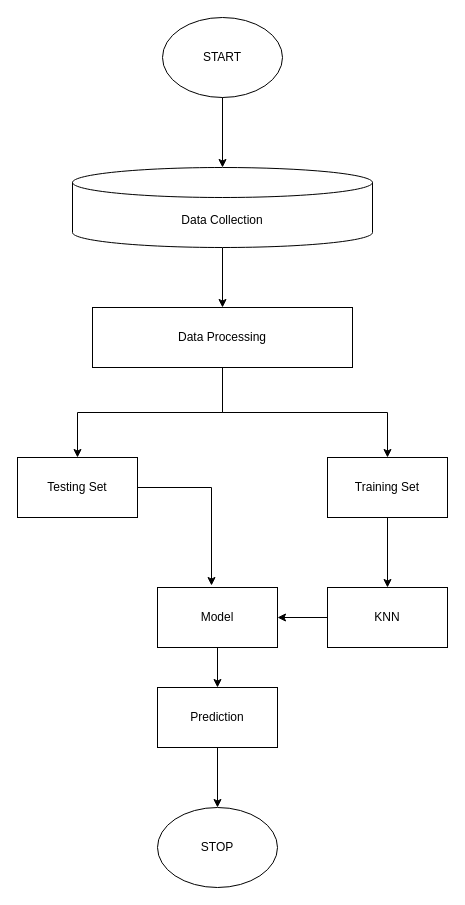
The draw.io diagram Flow Digram/Flow_Dig.drawio in B2-87067-varun-Assignments/Book-Recommendation-System, before the edit. Source tidied: cells renumbered, new cells numbered last; positions are measured from the earlier drawing's top-left corner, leaving out a move shared by most shapes. Both pictures are drawn from the tidied source at 100%, with x=0, y=0 at pixel (17, 17).
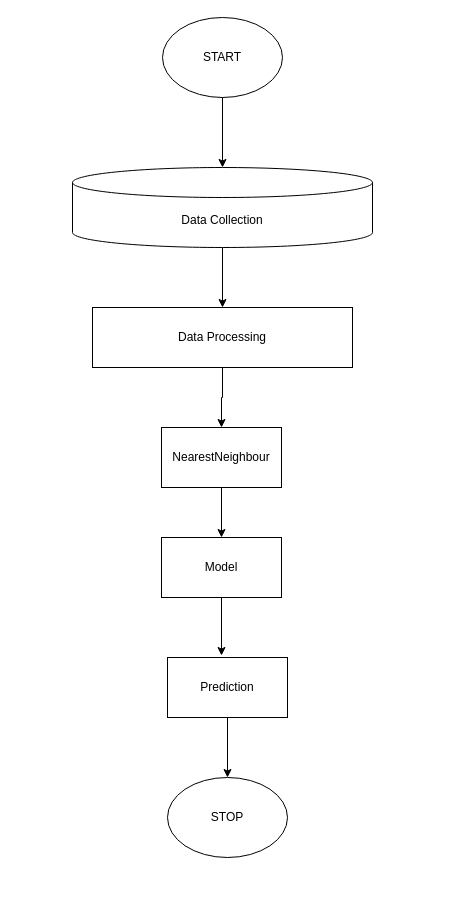
The same diagram, later.

What changed in the source:
```diff
@@
 <mxGraphModel>
   <root>
     <mxCell id="0" />
     <mxCell id="1" parent="0" />
     <mxCell id="2" value="START" style="ellipse;whiteSpace=wrap;html=1;" parent="1" vertex="1">
       <mxGeometry x="145" width="120" height="80" as="geometry" />
     </mxCell>
     <mxCell id="3" style="edgeStyle=orthogonalEdgeStyle;rounded=0;jettySize=auto;html=1;entryX=0.5;entryY=0;entryDx=0;entryDy=0;" parent="1" edge="1" source="4" target="7">
       <mxGeometry relative="1" as="geometry" />
     </mxCell>
     <mxCell id="4" value="Data Collection" style="shape=cylinder3;whiteSpace=wrap;html=1;boundedLbl=1;backgroundOutline=1;size=15;" parent="1" vertex="1">
       <mxGeometry x="55" y="150" width="300" height="80" as="geometry" />
     </mxCell>
-    <mxCell id="5" style="edgeStyle=orthogonalEdgeStyle;rounded=0;jettySize=auto;html=1;entryX=0.5;entryY=0;entryDx=0;entryDy=0;" parent="1" edge="1" source="7" target="9">
-      <mxGeometry relative="1" as="geometry" />
-    </mxCell>
-    <mxCell id="6" style="edgeStyle=orthogonalEdgeStyle;rounded=0;jettySize=auto;html=1;" parent="1" edge="1" source="7" target="10">
-      <mxGeometry relative="1" as="geometry" />
-    </mxCell>
+    <mxCell id="20" style="edgeStyle=orthogonalEdgeStyle;rounded=0;jettySize=auto;html=1;entryX=0.5;entryY=0;entryDx=0;entryDy=0;" parent="1" edge="1" source="7" target="12">
+      <mxGeometry relative="1" as="geometry" />
+    </mxCell>
     <mxCell id="7" value="Data Processing" style="rounded=0;whiteSpace=wrap;html=1;" parent="1" vertex="1">
       <mxGeometry x="75" y="290" width="260" height="60" as="geometry" />
     </mxCell>
-    <mxCell id="8" style="edgeStyle=orthogonalEdgeStyle;rounded=0;jettySize=auto;html=1;" parent="1" edge="1" source="9" target="12">
-      <mxGeometry relative="1" as="geometry" />
-    </mxCell>
-    <mxCell id="9" value="Training Set" style="rounded=0;whiteSpace=wrap;html=1;" parent="1" vertex="1">
-      <mxGeometry x="310" y="440" width="120" height="60" as="geometry" />
-    </mxCell>
-    <mxCell id="10" value="Testing Set" style="rounded=0;whiteSpace=wrap;html=1;" parent="1" vertex="1">
-      <mxGeometry y="440" width="120" height="60" as="geometry" />
-    </mxCell>
-    <mxCell id="11" style="edgeStyle=orthogonalEdgeStyle;rounded=0;jettySize=auto;html=1;entryX=1;entryY=0.5;entryDx=0;entryDy=0;" parent="1" edge="1" source="12" target="15">
+    <mxCell id="11" style="edgeStyle=orthogonalEdgeStyle;rounded=0;jettySize=auto;html=1;entryX=0.5;entryY=0;entryDx=0;entryDy=0;" parent="1" edge="1" source="12" target="15">
       <mxGeometry relative="1" as="geometry" />
     </mxCell>
-    <mxCell id="12" value="KNN" style="rounded=0;whiteSpace=wrap;html=1;" parent="1" vertex="1">
-      <mxGeometry x="310" y="570" width="120" height="60" as="geometry" />
+    <mxCell id="12" value="NearestNeighbour" style="rounded=0;whiteSpace=wrap;html=1;" parent="1" vertex="1">
+      <mxGeometry x="144" y="410" width="120" height="60" as="geometry" />
     </mxCell>
     <mxCell id="13" style="edgeStyle=orthogonalEdgeStyle;rounded=0;jettySize=auto;html=1;entryX=0.5;entryY=0;entryDx=0;entryDy=0;entryPerimeter=0;" parent="1" edge="1" source="2" target="4">
       <mxGeometry relative="1" as="geometry" />
     </mxCell>
-    <mxCell id="14" style="edgeStyle=orthogonalEdgeStyle;rounded=0;jettySize=auto;html=1;entryX=0.5;entryY=0;entryDx=0;entryDy=0;" parent="1" edge="1" source="15" target="18">
-      <mxGeometry relative="1" as="geometry" />
-    </mxCell>
     <mxCell id="15" value="Model" style="rounded=0;whiteSpace=wrap;html=1;" parent="1" vertex="1">
-      <mxGeometry x="140" y="570" width="120" height="60" as="geometry" />
+      <mxGeometry x="144" y="520" width="120" height="60" as="geometry" />
     </mxCell>
-    <mxCell id="16" style="edgeStyle=orthogonalEdgeStyle;rounded=0;jettySize=auto;html=1;entryX=0.45;entryY=-0.033;entryDx=0;entryDy=0;entryPerimeter=0;" parent="1" edge="1" source="10" target="15">
-      <mxGeometry relative="1" as="geometry" />
-    </mxCell>
     <mxCell id="17" style="edgeStyle=orthogonalEdgeStyle;rounded=0;jettySize=auto;html=1;entryX=0.5;entryY=0;entryDx=0;entryDy=0;" parent="1" edge="1" source="18" target="19">
       <mxGeometry relative="1" as="geometry" />
     </mxCell>
     <mxCell id="18" value="Prediction" style="rounded=0;whiteSpace=wrap;html=1;" parent="1" vertex="1">
-      <mxGeometry x="140" y="670" width="120" height="60" as="geometry" />
+      <mxGeometry x="150" y="640" width="120" height="60" as="geometry" />
     </mxCell>
     <mxCell id="19" value="STOP" style="ellipse;whiteSpace=wrap;html=1;" parent="1" vertex="1">
-      <mxGeometry x="140" y="790" width="120" height="80" as="geometry" />
+      <mxGeometry x="150" y="760" width="120" height="80" as="geometry" />
     </mxCell>
+    <mxCell id="14" style="edgeStyle=orthogonalEdgeStyle;rounded=0;jettySize=auto;html=1;entryX=0.45;entryY=-0.033;entryDx=0;entryDy=0;entryPerimeter=0;" parent="1" edge="1" source="15" target="18">
+      <mxGeometry relative="1" as="geometry" />
+    </mxCell>
   </root>
 </mxGraphModel>
```
